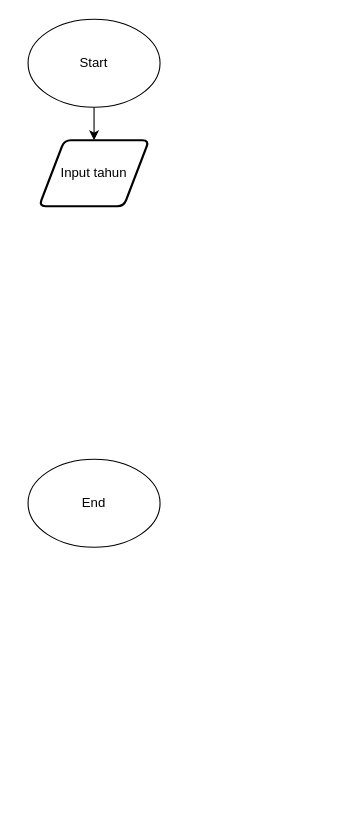
Earlier version of the draw.io diagram flowchart/flowchart_POSTTEST3.drawio (MatchaTi/apd). Source tidied: cells renumbered, new cells numbered last; positions are measured from the earlier drawing's top-left corner, leaving out a move shared by most shapes. Both pictures are drawn from the tidied source at 110%, with x=0, y=0 at pixel (28, 19).
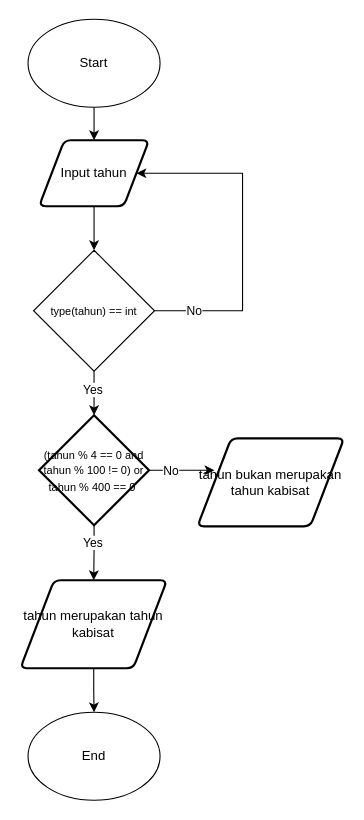
The same diagram, later.

Commit message:
chore : finish posttest3 flowchart

The change refers to these unchanged cells:
```xml
<mxCell id="5" value="Input tahun" style="shape=parallelogram;html=1;strokeWidth=2;perimeter=parallelogramPerimeter;whiteSpace=wrap;rounded=1;arcSize=12;size=0.23;" parent="1" vertex="1">
  <mxGeometry x="10" y="110" width="100" height="60" as="geometry" />
</mxCell>
```

Diff of the diagram source:
```diff
@@
     <mxCell id="4" value="End" style="ellipse;whiteSpace=wrap;html=1;" parent="1" vertex="1">
-      <mxGeometry y="400" width="120" height="80" as="geometry" />
+      <mxGeometry y="630" width="120" height="80" as="geometry" />
     </mxCell>
+    <mxCell id="6" style="edgeStyle=orthogonalEdgeStyle;rounded=0;jettySize=auto;html=1;" parent="1" edge="1" source="5" target="11">
+      <mxGeometry relative="1" as="geometry" />
+    </mxCell>
@@
+    <mxCell id="7" style="edgeStyle=orthogonalEdgeStyle;rounded=0;jettySize=auto;html=1;entryX=0.5;entryY=0;entryDx=0;entryDy=0;entryPerimeter=0;" parent="1" edge="1" source="11" target="14">
+      <mxGeometry relative="1" as="geometry" />
+    </mxCell>
+    <mxCell id="8" value="Yes" style="edgeLabel;html=1;align=center;verticalAlign=middle;" parent="7" vertex="1">
+      <mxGeometry x="-0.21" y="-2" relative="1" as="geometry" />
+    </mxCell>
+    <mxCell id="9" style="edgeStyle=orthogonalEdgeStyle;rounded=0;jettySize=auto;html=1;entryX=1;entryY=0.5;entryDx=0;entryDy=0;" parent="1" edge="1" source="11" target="5">
+      <mxGeometry relative="1" as="geometry">
+        <Array as="points">
+          <mxPoint x="195" y="265" />
+          <mxPoint x="195" y="140" />
+        </Array>
+      </mxGeometry>
+    </mxCell>
+    <mxCell id="10" value="No" style="edgeLabel;html=1;align=center;verticalAlign=middle;" parent="9" vertex="1">
+      <mxGeometry x="-0.77" y="1" relative="1" as="geometry" />
+    </mxCell>
+    <mxCell id="11" value="&lt;span style=&quot;font-size: 10px;&quot;&gt;type(tahun) == int&lt;/span&gt;" style="rhombus;whiteSpace=wrap;html=1;" parent="1" vertex="1">
+      <mxGeometry x="5" y="210" width="110" height="110" as="geometry" />
+    </mxCell>
+    <mxCell id="12" style="edgeStyle=orthogonalEdgeStyle;rounded=0;jettySize=auto;html=1;" parent="1" edge="1" source="14" target="19">
+      <mxGeometry relative="1" as="geometry" />
+    </mxCell>
+    <mxCell id="13" value="Yes" style="edgeLabel;html=1;align=center;verticalAlign=middle;" parent="12" vertex="1">
+      <mxGeometry x="-0.41" y="-2" relative="1" as="geometry" />
+    </mxCell>
+    <mxCell id="14" value="&lt;font style=&quot;font-size: 10px;&quot;&gt;(tahun % 4 == 0 and tahun % 100 != 0) or tahun % 400 == 0&amp;nbsp;&lt;/font&gt;" style="strokeWidth=2;html=1;shape=mxgraph.flowchart.decision;whiteSpace=wrap;" parent="1" vertex="1">
+      <mxGeometry x="10" y="360" width="100" height="100" as="geometry" />
+    </mxCell>
+    <mxCell id="15" value="tahun bukan merupakan tahun kabisat" style="shape=parallelogram;html=1;strokeWidth=2;perimeter=parallelogramPerimeter;whiteSpace=wrap;rounded=1;arcSize=12;size=0.23;" parent="1" vertex="1">
+      <mxGeometry x="154" y="381" width="133.3" height="80" as="geometry" />
+    </mxCell>
+    <mxCell id="16" style="edgeStyle=orthogonalEdgeStyle;rounded=0;jettySize=auto;html=1;entryX=0.116;entryY=0.362;entryDx=0;entryDy=0;entryPerimeter=0;" parent="1" edge="1" source="14" target="15">
+      <mxGeometry relative="1" as="geometry" />
+    </mxCell>
+    <mxCell id="17" value="No" style="edgeLabel;html=1;align=center;verticalAlign=middle;" parent="16" vertex="1">
+      <mxGeometry x="-0.36" y="-1" relative="1" as="geometry" />
+    </mxCell>
+    <mxCell id="18" style="edgeStyle=orthogonalEdgeStyle;rounded=0;jettySize=auto;html=1;" parent="1" edge="1" source="19" target="4">
+      <mxGeometry relative="1" as="geometry" />
+    </mxCell>
+    <mxCell id="19" value="tahun merupakan tahun kabisat" style="shape=parallelogram;html=1;strokeWidth=2;perimeter=parallelogramPerimeter;whiteSpace=wrap;rounded=1;arcSize=12;size=0.23;" parent="1" vertex="1">
+      <mxGeometry x="-7" y="510" width="133.3" height="80" as="geometry" />
+    </mxCell>
```
